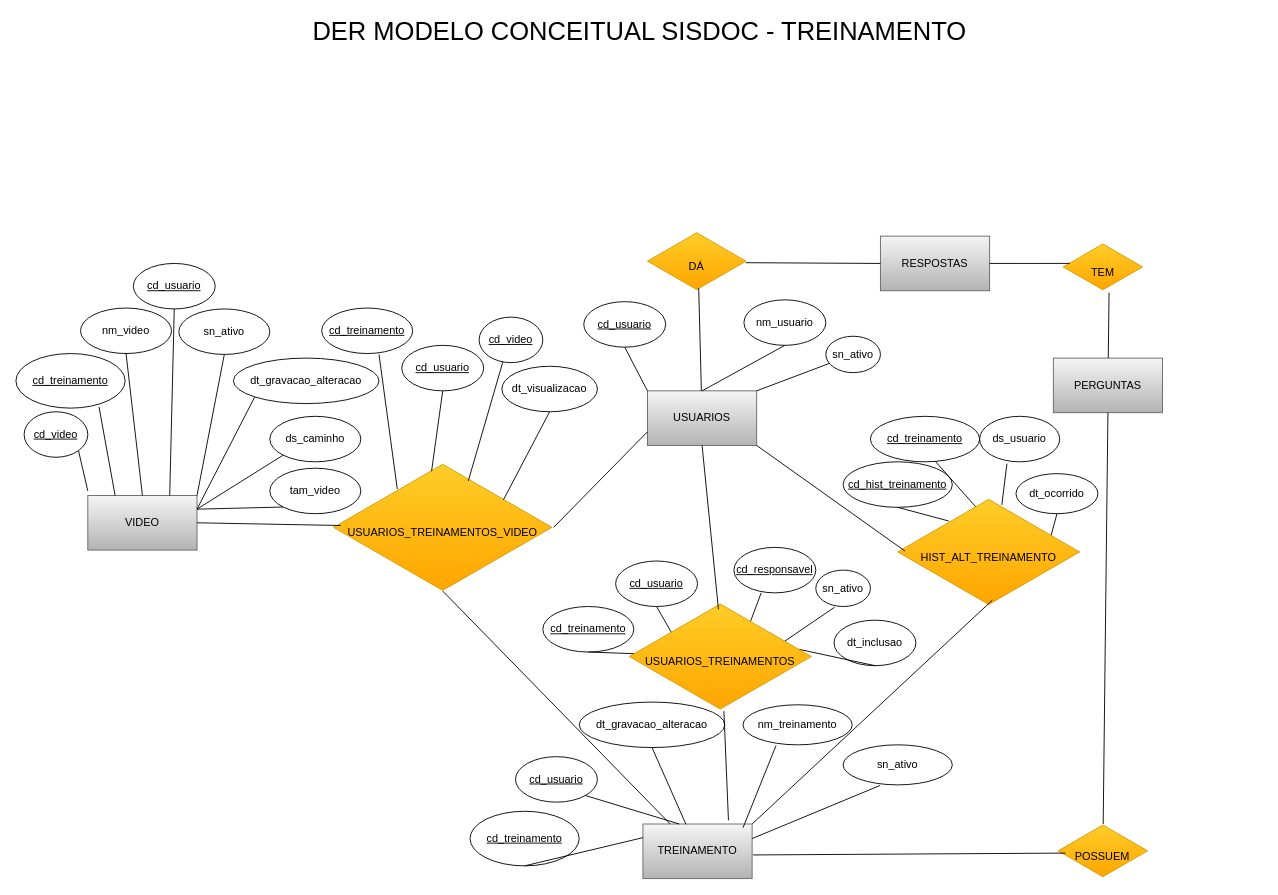
Before: der modelo conceitual sisdoc.drawio in marcos-renato/MODELOS-DRAWIO, a draw.io diagram. Source tidied: cells renumbered, new cells numbered last; positions are measured from the earlier drawing's top-left corner, leaving out a move shared by most shapes. Both pictures are drawn from the tidied source at 91%, with x=0, y=0 at pixel (15, 17).
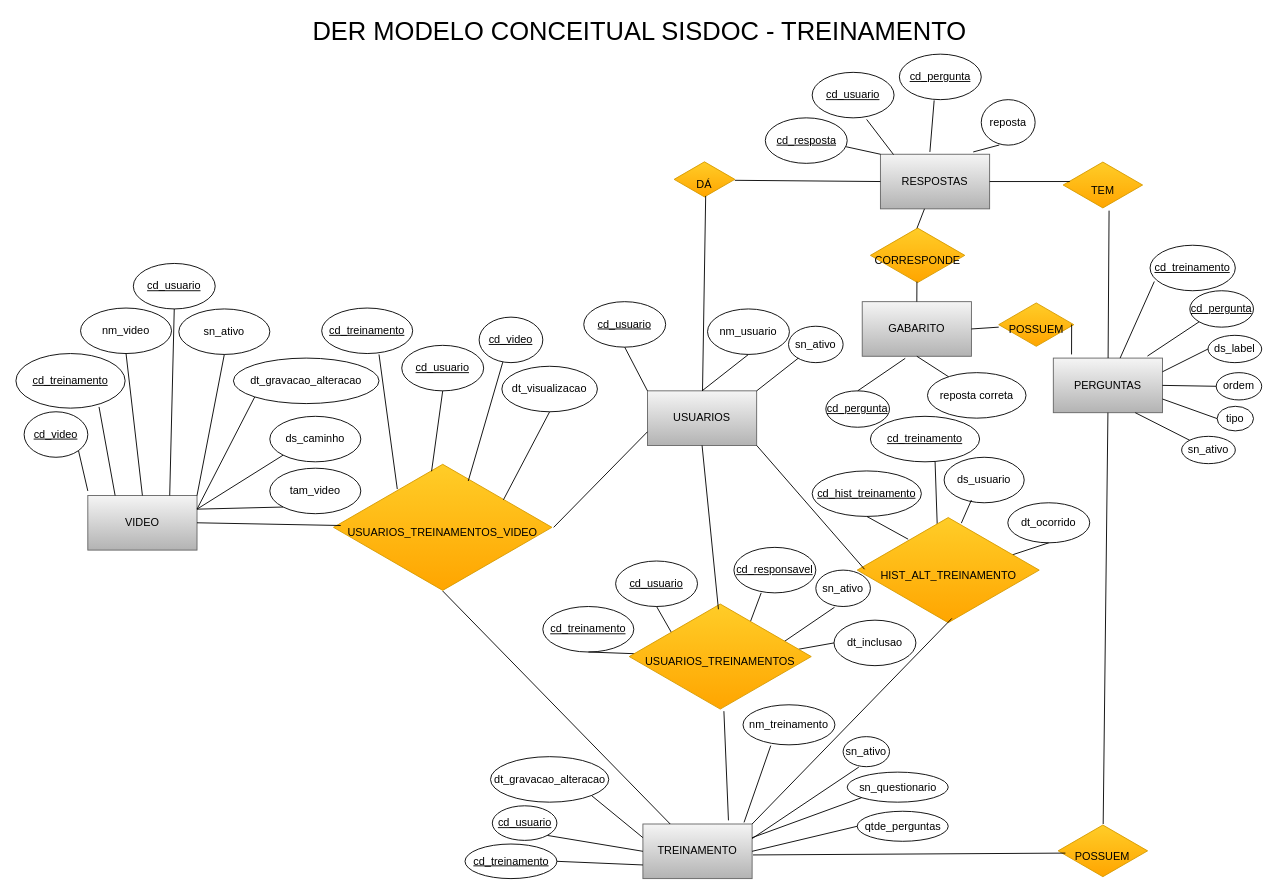
Above is the later version.

The change refers to these unchanged cells:
```xml
<mxCell id="20" value="TREINAMENTO" style="rounded=0;whiteSpace=wrap;html=1;fillColor=#f5f5f5;gradientColor=#b3b3b3;strokeColor=#666666;" parent="1" vertex="1">
  <mxGeometry x="689" y="886" width="120" height="60" as="geometry" />
</mxCell>
<mxCell id="33" value="dt_inclusao" style="ellipse;whiteSpace=wrap;html=1;" parent="1" vertex="1">
  <mxGeometry x="899" y="662" width="90" height="50" as="geometry" />
</mxCell>
<mxCell id="41" value="&lt;font style=&quot;font-size: 12px;&quot;&gt;USUARIOS_TREINAMENTOS&lt;/font&gt;" style="html=1;whiteSpace=wrap;shape=isoRectangle;fontSize=28;fillColor=#ffcd28;gradientColor=#ffa500;strokeColor=#d79b00;" parent="1" vertex="1">
  <mxGeometry x="674" y="642" width="200" height="120" as="geometry" />
</mxCell>
<mxCell id="74" value="PERGUNTAS" style="rounded=0;whiteSpace=wrap;html=1;fillColor=#f5f5f5;gradientColor=#b3b3b3;strokeColor=#666666;" parent="1" vertex="1">
  <mxGeometry x="1140" y="374" width="120" height="60" as="geometry" />
</mxCell>
```

Change to the diagram source:
```diff
@@
     <mxCell id="21" value="&lt;u&gt;cd_treinamento&lt;/u&gt;" style="ellipse;whiteSpace=wrap;html=1;" parent="1" vertex="1">
-      <mxGeometry x="499" y="872" width="120" height="60" as="geometry" />
+      <mxGeometry x="493.5" y="908" width="101" height="38" as="geometry" />
     </mxCell>
     <mxCell id="22" value="&lt;u&gt;cd_usuario&lt;/u&gt;" style="ellipse;whiteSpace=wrap;html=1;" parent="1" vertex="1">
-      <mxGeometry x="549" y="812" width="90" height="50" as="geometry" />
+      <mxGeometry x="523.5" y="866" width="71" height="38" as="geometry" />
     </mxCell>
     <mxCell id="23" value="dt_gravacao_alteracao" style="ellipse;whiteSpace=wrap;html=1;" parent="1" vertex="1">
-      <mxGeometry x="619" y="752" width="160" height="50" as="geometry" />
+      <mxGeometry x="521.5" y="812" width="130" height="50" as="geometry" />
     </mxCell>
     <mxCell id="24" value="nm_treinamento" style="ellipse;whiteSpace=wrap;html=1;" parent="1" vertex="1">
-      <mxGeometry x="799" y="755" width="120" height="44" as="geometry" />
+      <mxGeometry x="799" y="755" width="101" height="44" as="geometry" />
     </mxCell>
     <mxCell id="25" value="sn_ativo" style="ellipse;whiteSpace=wrap;html=1;" parent="1" vertex="1">
-      <mxGeometry x="909" y="799" width="120" height="44" as="geometry" />
+      <mxGeometry x="909" y="790" width="51" height="33" as="geometry" />
     </mxCell>
-    <mxCell id="26" style="endArrow=none;html=1;rounded=0;fontSize=28;exitX=0.5;exitY=1;exitDx=0;exitDy=0;entryX=0;entryY=0.25;entryDx=0;entryDy=0;" parent="1" edge="1" source="21" target="20">
+    <mxCell id="26" style="endArrow=none;html=1;rounded=0;fontSize=28;exitX=1;exitY=0.5;exitDx=0;exitDy=0;entryX=0;entryY=0.75;entryDx=0;entryDy=0;" parent="1" edge="1" source="21" target="20">
       <mxGeometry relative="1" as="geometry" />
     </mxCell>
-    <mxCell id="27" style="endArrow=none;html=1;rounded=0;fontSize=28;entryX=1;entryY=1;entryDx=0;entryDy=0;exitX=0.333;exitY=0;exitDx=0;exitDy=0;exitPerimeter=0;" parent="1" edge="1" source="20" target="22">
+    <mxCell id="27" style="endArrow=none;html=1;rounded=0;fontSize=28;entryX=1;entryY=1;entryDx=0;entryDy=0;exitX=0;exitY=0.5;exitDx=0;exitDy=0;" parent="1" edge="1" source="20" target="22">
       <mxGeometry relative="1" as="geometry" />
     </mxCell>
-    <mxCell id="28" style="endArrow=none;html=1;rounded=0;fontSize=28;entryX=0.5;entryY=1;entryDx=0;entryDy=0;exitX=0.394;exitY=0.006;exitDx=0;exitDy=0;exitPerimeter=0;" parent="1" edge="1" source="20" target="23">
+    <mxCell id="28" style="endArrow=none;html=1;rounded=0;fontSize=28;entryX=1;entryY=1;entryDx=0;entryDy=0;exitX=0;exitY=0.25;exitDx=0;exitDy=0;" parent="1" edge="1" source="20" target="23">
       <mxGeometry relative="1" as="geometry" />
     </mxCell>
-    <mxCell id="29" style="endArrow=none;html=1;rounded=0;fontSize=28;entryX=0.302;entryY=1.019;entryDx=0;entryDy=0;entryPerimeter=0;exitX=0.917;exitY=0.067;exitDx=0;exitDy=0;exitPerimeter=0;" parent="1" edge="1" source="20" target="24">
+    <mxCell id="29" style="endArrow=none;html=1;rounded=0;fontSize=28;entryX=0.302;entryY=1.019;entryDx=0;entryDy=0;entryPerimeter=0;exitX=0.926;exitY=-0.029;exitDx=0;exitDy=0;exitPerimeter=0;" parent="1" edge="1" source="20" target="24">
       <mxGeometry relative="1" as="geometry" />
     </mxCell>
@@
-    <mxCell id="38" style="endArrow=none;html=1;rounded=0;fontSize=28;entryX=0.5;entryY=1;entryDx=0;entryDy=0;exitX=0.93;exitY=0.433;exitDx=0;exitDy=0;exitPerimeter=0;" parent="1" edge="1" source="41" target="33">
+    <mxCell id="38" style="endArrow=none;html=1;rounded=0;fontSize=28;entryX=0;entryY=0.5;entryDx=0;entryDy=0;exitX=0.93;exitY=0.433;exitDx=0;exitDy=0;exitPerimeter=0;" parent="1" edge="1" source="41" target="33">
       <mxGeometry relative="1" as="geometry" />
     </mxCell>
@@
     <mxCell id="51" value="&lt;u&gt;cd_hist_treinamento&lt;/u&gt;" style="ellipse;whiteSpace=wrap;html=1;" parent="1" vertex="1">
-      <mxGeometry x="909" y="488" width="120" height="50" as="geometry" />
+      <mxGeometry x="875" y="498" width="120" height="50" as="geometry" />
     </mxCell>
@@
     <mxCell id="53" value="ds_usuario" style="ellipse;whiteSpace=wrap;html=1;" parent="1" vertex="1">
-      <mxGeometry x="1059" y="438" width="88" height="50" as="geometry" />
+      <mxGeometry x="1020" y="483" width="88" height="50" as="geometry" />
     </mxCell>
     <mxCell id="54" value="dt_ocorrido" style="ellipse;whiteSpace=wrap;html=1;" parent="1" vertex="1">
-      <mxGeometry x="1099" y="501" width="90" height="44" as="geometry" />
+      <mxGeometry x="1090" y="533" width="90" height="44" as="geometry" />
     </mxCell>
@@
     <mxCell id="57" style="endArrow=none;html=1;rounded=0;fontSize=12;entryX=0.572;entryY=0.07;entryDx=0;entryDy=0;entryPerimeter=0;" parent="1" edge="1" target="67">
       <mxGeometry relative="1" as="geometry">
-        <mxPoint x="1089" y="490" as="sourcePoint" />
+        <mxPoint x="1050" y="530" as="sourcePoint" />
       </mxGeometry>
     </mxCell>
@@
     <mxCell id="61" value="nm_usuario" style="ellipse;whiteSpace=wrap;html=1;" parent="1" vertex="1">
-      <mxGeometry x="800" y="310" width="90" height="50" as="geometry" />
+      <mxGeometry x="760" y="320" width="90" height="50" as="geometry" />
     </mxCell>
     <mxCell id="62" value="sn_ativo" style="ellipse;whiteSpace=wrap;html=1;" parent="1" vertex="1">
-      <mxGeometry x="890" y="350" width="60" height="40" as="geometry" />
+      <mxGeometry x="849" y="339" width="60" height="40" as="geometry" />
     </mxCell>
@@
     <mxCell id="67" value="&lt;font style=&quot;font-size: 12px;&quot;&gt;HIST_ALT_TREINAMENTO&lt;/font&gt;" style="html=1;whiteSpace=wrap;shape=isoRectangle;fontSize=28;fillColor=#ffcd28;gradientColor=#ffa500;strokeColor=#d79b00;" parent="1" vertex="1">
-      <mxGeometry x="969" y="527" width="200" height="120" as="geometry" />
+      <mxGeometry x="924.5" y="547" width="200" height="120" as="geometry" />
     </mxCell>
@@
     <mxCell id="78" value="RESPOSTAS" style="rounded=0;whiteSpace=wrap;html=1;fillColor=#f5f5f5;gradientColor=#b3b3b3;strokeColor=#666666;" parent="1" vertex="1">
-      <mxGeometry x="950" y="240" width="120" height="60" as="geometry" />
+      <mxGeometry x="950" y="150" width="120" height="60" as="geometry" />
     </mxCell>
     <mxCell id="79" value="&lt;font style=&quot;font-size: 12px;&quot;&gt;TEM&lt;/font&gt;" style="html=1;whiteSpace=wrap;shape=isoRectangle;fontSize=28;fillColor=#ffcd28;gradientColor=#ffa500;strokeColor=#d79b00;" parent="1" vertex="1">
-      <mxGeometry x="1150.8" y="247.6" width="87.3" height="52.4" as="geometry" />
+      <mxGeometry x="1150.8" y="157.6" width="87.3" height="52.4" as="geometry" />
     </mxCell>
@@
     <mxCell id="82" value="&lt;font style=&quot;font-size: 12px;&quot;&gt;DÁ&lt;/font&gt;" style="html=1;whiteSpace=wrap;shape=isoRectangle;fontSize=28;fillColor=#ffcd28;gradientColor=#ffa500;strokeColor=#d79b00;" parent="1" vertex="1">
-      <mxGeometry x="694" y="235" width="108.3" height="65" as="geometry" />
+      <mxGeometry x="723.3" y="157.6" width="66.7" height="40" as="geometry" />
     </mxCell>
@@
+    <mxCell id="85" value="&lt;u&gt;cd_resposta&lt;/u&gt;" style="ellipse;whiteSpace=wrap;html=1;" parent="1" vertex="1">
+      <mxGeometry x="823.5" y="110" width="90" height="50" as="geometry" />
+    </mxCell>
+    <mxCell id="86" value="&lt;u&gt;cd_usuario&lt;/u&gt;" style="ellipse;whiteSpace=wrap;html=1;" parent="1" vertex="1">
+      <mxGeometry x="875" y="60" width="90" height="50" as="geometry" />
+    </mxCell>
+    <mxCell id="87" value="&lt;u&gt;cd_pergunta&lt;/u&gt;" style="ellipse;whiteSpace=wrap;html=1;" parent="1" vertex="1">
+      <mxGeometry x="970.8" y="40" width="90" height="50" as="geometry" />
+    </mxCell>
+    <mxCell id="88" value="reposta" style="ellipse;whiteSpace=wrap;html=1;" parent="1" vertex="1">
+      <mxGeometry x="1060.8" y="90" width="59.2" height="50" as="geometry" />
+    </mxCell>
+    <mxCell id="89" style="endArrow=none;html=1;rounded=0;fontSize=12;entryX=0.986;entryY=0.635;entryDx=0;entryDy=0;entryPerimeter=0;exitX=0;exitY=0;exitDx=0;exitDy=0;" parent="1" edge="1" source="78" target="85">
+      <mxGeometry relative="1" as="geometry" />
+    </mxCell>
+    <mxCell id="90" style="endArrow=none;html=1;rounded=0;fontSize=12;entryX=0.665;entryY=1.035;entryDx=0;entryDy=0;entryPerimeter=0;exitX=0.12;exitY=0.006;exitDx=0;exitDy=0;exitPerimeter=0;" parent="1" edge="1" source="78" target="86">
+      <mxGeometry relative="1" as="geometry" />
+    </mxCell>
+    <mxCell id="91" style="endArrow=none;html=1;rounded=0;fontSize=12;entryX=0.425;entryY=1.016;entryDx=0;entryDy=0;entryPerimeter=0;exitX=0.453;exitY=-0.042;exitDx=0;exitDy=0;exitPerimeter=0;" parent="1" edge="1" source="78" target="87">
+      <mxGeometry relative="1" as="geometry" />
+    </mxCell>
+    <mxCell id="92" style="endArrow=none;html=1;rounded=0;fontSize=12;entryX=0.335;entryY=0.997;entryDx=0;entryDy=0;entryPerimeter=0;exitX=0.85;exitY=-0.042;exitDx=0;exitDy=0;exitPerimeter=0;" parent="1" edge="1" source="78" target="88">
+      <mxGeometry relative="1" as="geometry" />
+    </mxCell>
+    <mxCell id="93" value="&lt;u&gt;cd_treinamento&lt;/u&gt;" style="ellipse;whiteSpace=wrap;html=1;" parent="1" vertex="1">
+      <mxGeometry x="1246.3" y="250" width="93.7" height="50" as="geometry" />
+    </mxCell>
+    <mxCell id="94" value="&lt;u&gt;cd_pergunta&lt;/u&gt;" style="ellipse;whiteSpace=wrap;html=1;" parent="1" vertex="1">
+      <mxGeometry x="1290" y="300" width="70" height="40" as="geometry" />
+    </mxCell>
+    <mxCell id="95" value="ds_label" style="ellipse;whiteSpace=wrap;html=1;" parent="1" vertex="1">
+      <mxGeometry x="1310" y="349" width="59" height="30" as="geometry" />
+    </mxCell>
+    <mxCell id="96" value="ordem" style="ellipse;whiteSpace=wrap;html=1;" parent="1" vertex="1">
+      <mxGeometry x="1319" y="390" width="50" height="30" as="geometry" />
+    </mxCell>
+    <mxCell id="97" value="tipo" style="ellipse;whiteSpace=wrap;html=1;" parent="1" vertex="1">
+      <mxGeometry x="1320" y="427" width="40" height="27" as="geometry" />
+    </mxCell>
+    <mxCell id="98" value="sn_ativo" style="ellipse;whiteSpace=wrap;html=1;" parent="1" vertex="1">
+      <mxGeometry x="1281" y="460" width="59" height="30" as="geometry" />
+    </mxCell>
+    <mxCell id="99" style="endArrow=none;html=1;rounded=0;fontSize=12;entryX=0.05;entryY=0.797;entryDx=0;entryDy=0;entryPerimeter=0;" parent="1" edge="1" source="74" target="93">
+      <mxGeometry relative="1" as="geometry" />
+    </mxCell>
+    <mxCell id="100" style="endArrow=none;html=1;rounded=0;fontSize=12;entryX=0;entryY=1;entryDx=0;entryDy=0;exitX=0.862;exitY=-0.037;exitDx=0;exitDy=0;exitPerimeter=0;" parent="1" edge="1" source="74" target="94">
+      <mxGeometry relative="1" as="geometry" />
+    </mxCell>
+    <mxCell id="101" style="endArrow=none;html=1;rounded=0;fontSize=12;entryX=0;entryY=0.5;entryDx=0;entryDy=0;exitX=1;exitY=0.25;exitDx=0;exitDy=0;" parent="1" edge="1" source="74" target="95">
+      <mxGeometry relative="1" as="geometry" />
+    </mxCell>
+    <mxCell id="102" style="endArrow=none;html=1;rounded=0;fontSize=12;entryX=0;entryY=0.5;entryDx=0;entryDy=0;exitX=1;exitY=0.5;exitDx=0;exitDy=0;" parent="1" edge="1" source="74" target="96">
+      <mxGeometry relative="1" as="geometry" />
+    </mxCell>
+    <mxCell id="103" style="endArrow=none;html=1;rounded=0;fontSize=12;entryX=0;entryY=0.5;entryDx=0;entryDy=0;exitX=1;exitY=0.75;exitDx=0;exitDy=0;" parent="1" edge="1" source="74" target="97">
+      <mxGeometry relative="1" as="geometry" />
+    </mxCell>
+    <mxCell id="104" style="endArrow=none;html=1;rounded=0;fontSize=12;entryX=0;entryY=0;entryDx=0;entryDy=0;exitX=0.75;exitY=1;exitDx=0;exitDy=0;" parent="1" edge="1" source="74" target="98">
+      <mxGeometry relative="1" as="geometry" />
+    </mxCell>
+    <mxCell id="105" value="sn_questionario" style="ellipse;whiteSpace=wrap;html=1;" parent="1" vertex="1">
+      <mxGeometry x="913.5" y="829" width="111" height="33" as="geometry" />
+    </mxCell>
+    <mxCell id="106" value="qtde_perguntas" style="ellipse;whiteSpace=wrap;html=1;" parent="1" vertex="1">
+      <mxGeometry x="924.5" y="872" width="100" height="33" as="geometry" />
+    </mxCell>
+    <mxCell id="107" style="endArrow=none;html=1;rounded=0;fontSize=12;exitX=1;exitY=0.25;exitDx=0;exitDy=0;entryX=0;entryY=1;entryDx=0;entryDy=0;" parent="1" edge="1" source="20" target="105">
+      <mxGeometry relative="1" as="geometry" />
+    </mxCell>
+    <mxCell id="108" style="endArrow=none;html=1;rounded=0;fontSize=12;exitX=1;exitY=0.5;exitDx=0;exitDy=0;entryX=0;entryY=0.5;entryDx=0;entryDy=0;" parent="1" edge="1" source="20" target="106">
+      <mxGeometry relative="1" as="geometry" />
+    </mxCell>
+    <mxCell id="109" value="&lt;font style=&quot;font-size: 12px;&quot;&gt;POSSUEM&lt;/font&gt;" style="html=1;whiteSpace=wrap;shape=isoRectangle;fontSize=28;fillColor=#ffcd28;gradientColor=#ffa500;strokeColor=#d79b00;" parent="1" vertex="1">
+      <mxGeometry x="1080" y="312.5" width="82.5" height="49.5" as="geometry" />
+    </mxCell>
+    <mxCell id="110" style="endArrow=none;html=1;rounded=0;fontSize=12;exitX=0.167;exitY=-0.067;exitDx=0;exitDy=0;exitPerimeter=0;entryX=0.971;entryY=0.498;entryDx=0;entryDy=0;entryPerimeter=0;" parent="1" edge="1" source="74" target="109">
+      <mxGeometry relative="1" as="geometry" />
+    </mxCell>
+    <mxCell id="111" value="GABARITO" style="rounded=0;whiteSpace=wrap;html=1;fillColor=#f5f5f5;gradientColor=#b3b3b3;strokeColor=#666666;" parent="1" vertex="1">
+      <mxGeometry x="930" y="312" width="120" height="60" as="geometry" />
+    </mxCell>
+    <mxCell id="112" style="endArrow=none;html=1;rounded=0;fontSize=12;exitX=1;exitY=0.5;exitDx=0;exitDy=0;" parent="1" edge="1" source="111" target="109">
+      <mxGeometry relative="1" as="geometry" />
+    </mxCell>
+    <mxCell id="113" value="&lt;font style=&quot;font-size: 12px;&quot;&gt;CORRESPONDE&lt;/font&gt;" style="html=1;whiteSpace=wrap;shape=isoRectangle;fontSize=28;fillColor=#ffcd28;gradientColor=#ffa500;strokeColor=#d79b00;" parent="1" vertex="1">
+      <mxGeometry x="939" y="230" width="103.7" height="62.2" as="geometry" />
+    </mxCell>
+    <mxCell id="114" style="endArrow=none;html=1;rounded=0;fontSize=12;exitX=0.5;exitY=0;exitDx=0;exitDy=0;entryX=0.493;entryY=0.965;entryDx=0;entryDy=0;entryPerimeter=0;" parent="1" edge="1" source="111" target="113">
+      <mxGeometry relative="1" as="geometry" />
+    </mxCell>
+    <mxCell id="115" style="endArrow=none;html=1;rounded=0;fontSize=12;exitX=0.493;exitY=0.023;exitDx=0;exitDy=0;exitPerimeter=0;" parent="1" edge="1" source="113" target="78">
+      <mxGeometry relative="1" as="geometry" />
+    </mxCell>
+    <mxCell id="116" value="&lt;u&gt;cd_pergunta&lt;/u&gt;" style="ellipse;whiteSpace=wrap;html=1;" parent="1" vertex="1">
+      <mxGeometry x="890" y="410" width="70" height="40" as="geometry" />
+    </mxCell>
+    <mxCell id="117" value="reposta correta" style="ellipse;whiteSpace=wrap;html=1;" parent="1" vertex="1">
+      <mxGeometry x="1001.7" y="390" width="108.3" height="50" as="geometry" />
+    </mxCell>
+    <mxCell id="118" style="endArrow=none;html=1;rounded=0;fontSize=12;exitX=0.5;exitY=0;exitDx=0;exitDy=0;entryX=0.394;entryY=1.038;entryDx=0;entryDy=0;entryPerimeter=0;" parent="1" edge="1" source="116" target="111">
+      <mxGeometry relative="1" as="geometry" />
+    </mxCell>
+    <mxCell id="119" style="endArrow=none;html=1;rounded=0;fontSize=12;entryX=0.5;entryY=1;entryDx=0;entryDy=0;" parent="1" edge="1" source="117" target="111">
+      <mxGeometry relative="1" as="geometry" />
+    </mxCell>
```
